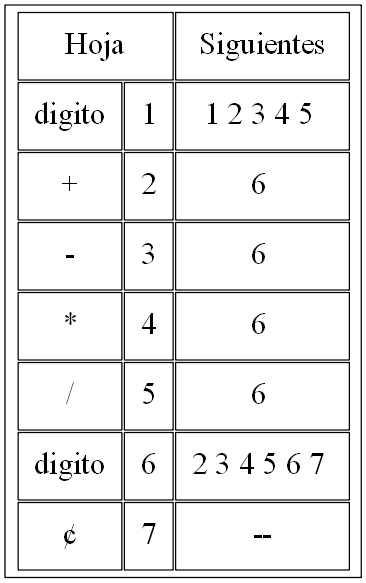
montherbasir/Practica1_OLC1 keeps this Graphviz diagram as sig_operaciones.png. Above is the earlier version. Its source is kept beside it as sig_operaciones.dot.
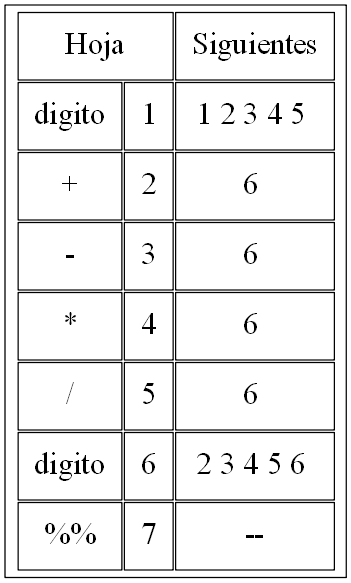
After the commit.

The edit, as a diff of the source:
```diff
@@ -11,7 +11,7 @@
   <tr><td>-</td><td>3</td><td>6 </td></tr>
   <tr><td>*</td><td>4</td><td>6 </td></tr>
   <tr><td>/</td><td>5</td><td>6 </td></tr>
-  <tr><td>digito</td><td>6</td><td>2 3 4 5 6 7 </td></tr>
-  <tr><td>¢</td><td>7</td><td>--</td></tr>
+  <tr><td>digito</td><td>6</td><td>2 3 4 5 6 </td></tr>
+  <tr><td>%%</td><td>7</td><td>--</td></tr>
 </table>>];
 }
```
